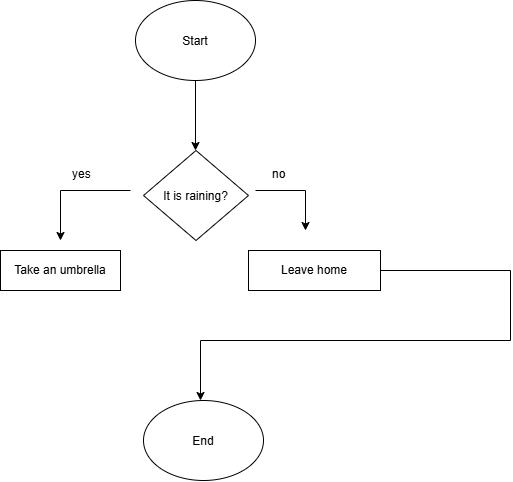
This is flowcharts/Morning.png.png from LamanZeynalova-1/flowchart-tasks, a draw.io export, as it was before one commit. Source tidied: cells renumbered, new cells last; positions are measured from the earlier drawing's top-left corner, leaving out a move shared by most shapes.
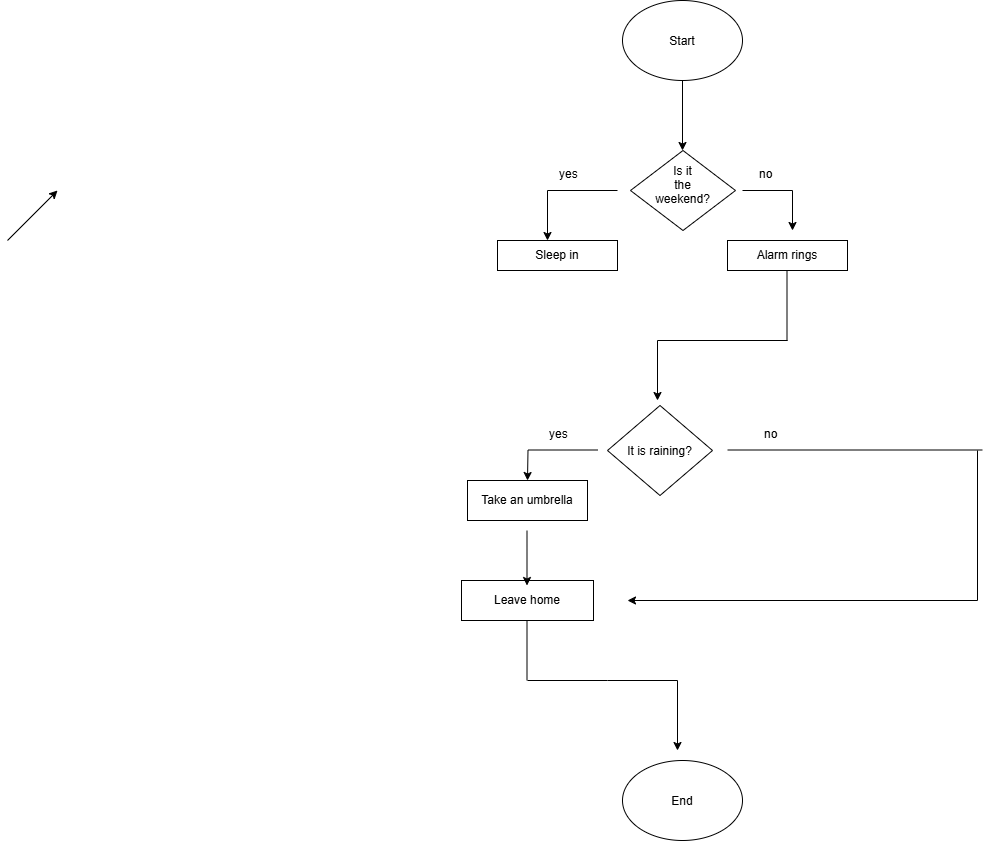
After the commit.

Commit message:
Update morning flowchart with weekend condition

Diff of the diagram source:
```diff
@@ -36,40 +36,109 @@
       <mxGeometry x="270" y="160" width="50" height="40" as="geometry" />
     </mxCell>
     <mxCell id="8" value="It is raining?" style="rhombus;whiteSpace=wrap;html=1;shapeInside=1;" parent="1" vertex="1">
-      <mxGeometry x="143" y="150" width="105" height="90" as="geometry" />
+      <mxGeometry x="120" y="405" width="105" height="90" as="geometry" />
     </mxCell>
     <mxCell id="9" value="Take an umbrella" style="rounded=0;whiteSpace=wrap;html=1;" parent="1" vertex="1">
-      <mxGeometry y="250" width="120" height="40" as="geometry" />
+      <mxGeometry x="-20" y="480" width="120" height="40" as="geometry" />
     </mxCell>
     <mxCell id="10" value="Leave home" style="rounded=0;whiteSpace=wrap;html=1;" parent="1" vertex="1">
-      <mxGeometry x="248" y="250" width="132" height="40" as="geometry" />
+      <mxGeometry x="-26" y="580" width="132" height="40" as="geometry" />
     </mxCell>
     <mxCell id="11" style="endArrow=none;html=1;rounded=0;defaultLabelBackgroundColor=gap;" parent="1" edge="1">
       <mxGeometry relative="1" as="geometry">
-        <mxPoint x="380" y="270" as="sourcePoint" />
-        <mxPoint x="510" y="270" as="targetPoint" />
+        <mxPoint x="170" y="340" as="sourcePoint" />
+        <mxPoint x="300" y="340" as="targetPoint" />
       </mxGeometry>
     </mxCell>
     <mxCell id="12" style="endArrow=none;html=1;rounded=0;defaultLabelBackgroundColor=gap;" parent="1" edge="1">
       <mxGeometry x="-0.01" relative="1" as="geometry">
-        <mxPoint x="510" y="340" as="sourcePoint" />
-        <mxPoint x="510" y="270" as="targetPoint" />
+        <mxPoint x="299.5" y="340" as="sourcePoint" />
+        <mxPoint x="299.5" y="270" as="targetPoint" />
       </mxGeometry>
     </mxCell>
     <mxCell id="13" style="endArrow=none;html=1;rounded=0;defaultLabelBackgroundColor=gap;" parent="1" edge="1">
       <mxGeometry relative="1" as="geometry">
-        <mxPoint x="200" y="340" as="sourcePoint" />
-        <mxPoint x="510" y="340" as="targetPoint" />
+        <mxPoint x="40" y="680" as="sourcePoint" />
+        <mxPoint x="190" y="680" as="targetPoint" />
+        <Array as="points">
+          <mxPoint x="120" y="680" />
+        </Array>
       </mxGeometry>
     </mxCell>
     <mxCell id="14" style="endArrow=classic;html=1;rounded=0;defaultLabelBackgroundColor=gap;" parent="1" edge="1">
       <mxGeometry relative="1" as="geometry">
-        <mxPoint x="200" y="340" as="sourcePoint" />
-        <mxPoint x="200" y="400" as="targetPoint" />
+        <mxPoint x="170" y="340" as="sourcePoint" />
+        <mxPoint x="170" y="400" as="targetPoint" />
       </mxGeometry>
     </mxCell>
     <mxCell id="15" value="End" style="ellipse;whiteSpace=wrap;html=1;shapeInside=1;" parent="1" vertex="1">
-      <mxGeometry x="143" y="400" width="120" height="80" as="geometry" />
+      <mxGeometry x="135" y="760" width="120" height="80" as="geometry" />
     </mxCell>
+    <mxCell id="16" value="Sleep in" style="rounded=0;whiteSpace=wrap;html=1;" parent="1" vertex="1">
+      <mxGeometry x="10" y="240" width="120" height="30" as="geometry" />
+    </mxCell>
+    <mxCell id="17" value="Is it the weekend?" style="rhombus;whiteSpace=wrap;html=1;shapeInside=1;" parent="1" vertex="1">
+      <mxGeometry x="143" y="150" width="105" height="80" as="geometry" />
+    </mxCell>
+    <mxCell id="18" value="Alarm rings" style="rounded=0;whiteSpace=wrap;html=1;" parent="1" vertex="1">
+      <mxGeometry x="240" y="240" width="120" height="30" as="geometry" />
+    </mxCell>
+    <mxCell id="19" value="yes" style="text;whiteSpace=wrap;html=1;" parent="1" vertex="1">
+      <mxGeometry x="60" y="420" width="50" height="40" as="geometry" />
+    </mxCell>
+    <mxCell id="20" style="endArrow=classic;html=1;rounded=0;defaultLabelBackgroundColor=gap;" parent="1" edge="1">
+      <mxGeometry relative="1" as="geometry">
+        <mxPoint x="110" y="449.5" as="sourcePoint" />
+        <mxPoint x="40" y="480" as="targetPoint" />
+        <Array as="points">
+          <mxPoint x="40.5" y="449.5" />
+        </Array>
+      </mxGeometry>
+    </mxCell>
+    <mxCell id="21" value="no" style="text;whiteSpace=wrap;html=1;" parent="1" vertex="1">
+      <mxGeometry x="275" y="420" width="50" height="40" as="geometry" />
+    </mxCell>
+    <mxCell id="22" style="endArrow=classic;html=1;rounded=0;defaultLabelBackgroundColor=gap;" parent="1" edge="1">
+      <mxGeometry relative="1" as="geometry">
+        <mxPoint x="39.5" y="530" as="sourcePoint" />
+        <mxPoint x="39.5" y="585" as="targetPoint" />
+      </mxGeometry>
+    </mxCell>
+    <mxCell id="23" style="endArrow=classic;html=1;rounded=0;defaultLabelBackgroundColor=gap;" parent="1" edge="1">
+      <mxGeometry relative="1" as="geometry">
+        <mxPoint x="-480" y="240" as="sourcePoint" />
+        <mxPoint x="-430" y="190" as="targetPoint" />
+      </mxGeometry>
+    </mxCell>
+    <mxCell id="24" style="endArrow=none;html=1;rounded=0;defaultLabelBackgroundColor=gap;" parent="1" edge="1">
+      <mxGeometry relative="1" as="geometry">
+        <mxPoint x="39.5" y="620" as="sourcePoint" />
+        <mxPoint x="39.5" y="680" as="targetPoint" />
+      </mxGeometry>
+    </mxCell>
+    <mxCell id="25" style="endArrow=classic;html=1;rounded=0;defaultLabelBackgroundColor=gap;" parent="1" edge="1">
+      <mxGeometry relative="1" as="geometry">
+        <mxPoint x="190" y="680" as="sourcePoint" />
+        <mxPoint x="190" y="750" as="targetPoint" />
+      </mxGeometry>
+    </mxCell>
+    <mxCell id="26" style="endArrow=none;html=1;rounded=0;defaultLabelBackgroundColor=gap;" parent="1" edge="1">
+      <mxGeometry relative="1" as="geometry">
+        <mxPoint x="240" y="449.5" as="sourcePoint" />
+        <mxPoint x="495" y="449.5" as="targetPoint" />
+      </mxGeometry>
+    </mxCell>
+    <mxCell id="27" style="endArrow=none;html=1;rounded=0;defaultLabelBackgroundColor=gap;" parent="1" edge="1">
+      <mxGeometry relative="1" as="geometry">
+        <mxPoint x="490" y="600" as="sourcePoint" />
+        <mxPoint x="490" y="450" as="targetPoint" />
+      </mxGeometry>
+    </mxCell>
+    <mxCell id="28" style="endArrow=classic;html=1;rounded=0;defaultLabelBackgroundColor=gap;" parent="1" edge="1">
+      <mxGeometry relative="1" as="geometry">
+        <mxPoint x="490" y="600" as="sourcePoint" />
+        <mxPoint x="140" y="600" as="targetPoint" />
+      </mxGeometry>
+    </mxCell>
   </root>
 </mxGraphModel>
```
